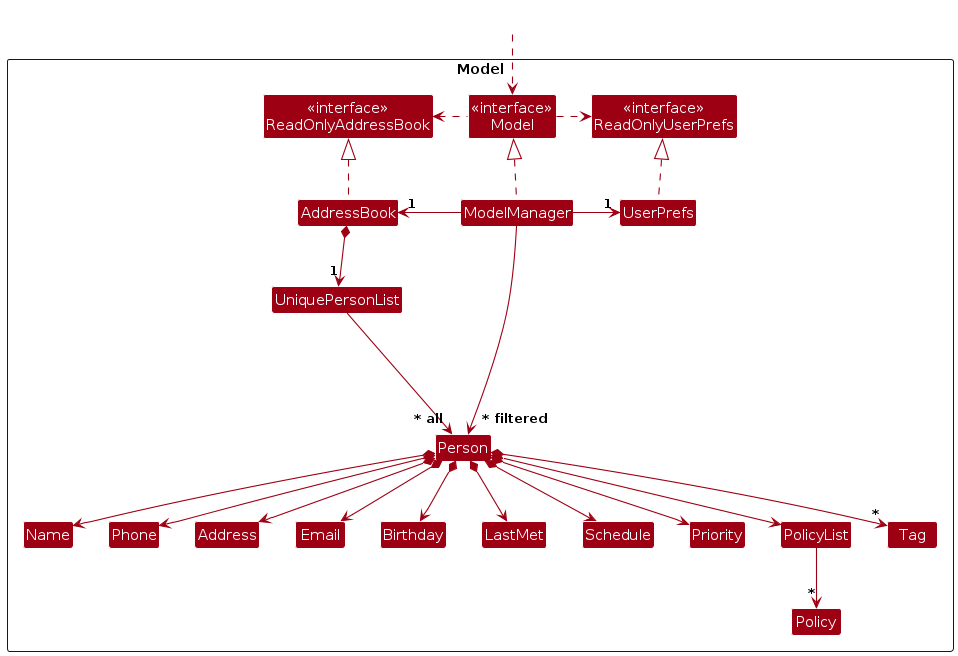
The PlantUML diagram diagrams/ModelClassDiagram.png in getsquared/tp, before a commit. Its source is kept beside it as diagrams/ModelClassDiagram.puml.
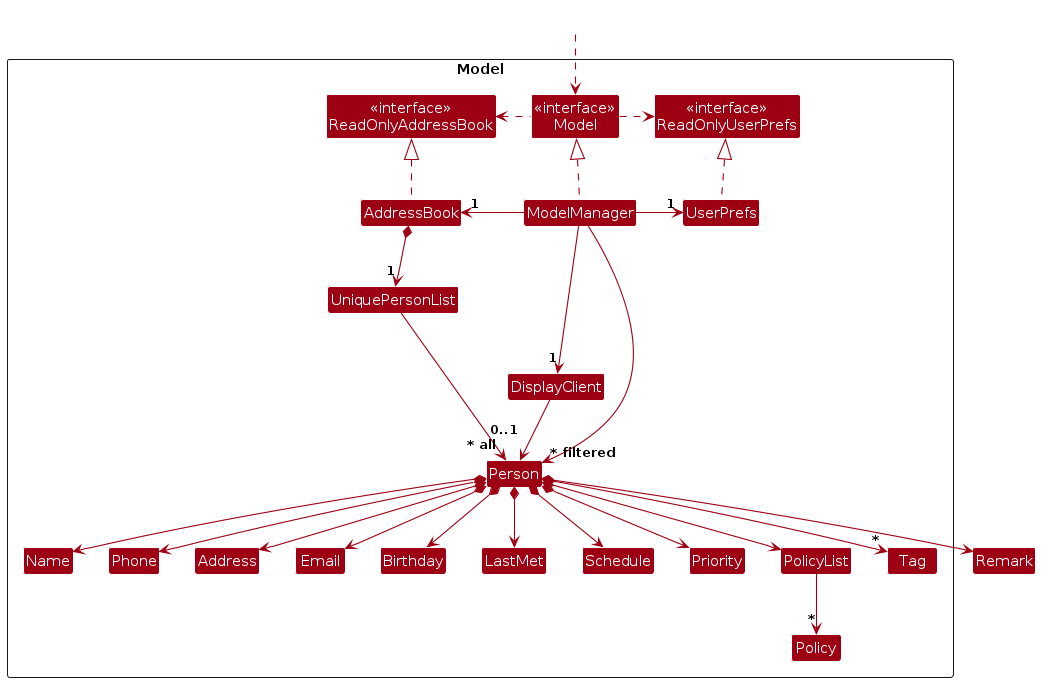
The same diagram one commit later.

Change to the diagram source:
```diff
@@ -11,6 +11,8 @@
 Class AddressBook
 Class ModelManager
 Class UserPrefs
+Class DisplayClient
+
 
 Class UniquePersonList
 Class Person
@@ -39,7 +41,10 @@
 Model .left.> ReadOnlyAddressBook
 ModelManager -left-> "1" AddressBook
 ModelManager -right-> "1" UserPrefs
+ModelManager -right-> "1" DisplayClient
 UserPrefs .up.|> ReadOnlyUserPrefs
+
+DisplayClient --> "0..1\n" Person
 
 AddressBook *--> "1" UniquePersonList
 UniquePersonList --> "~* all" Person
@@ -51,6 +56,7 @@
 Person *--> LastMet
 Person *--> Schedule
 Person *--> Priority
+Person *--> Remark
 Person *--> PolicyList
 Person *--> "*" Tag
 
```
